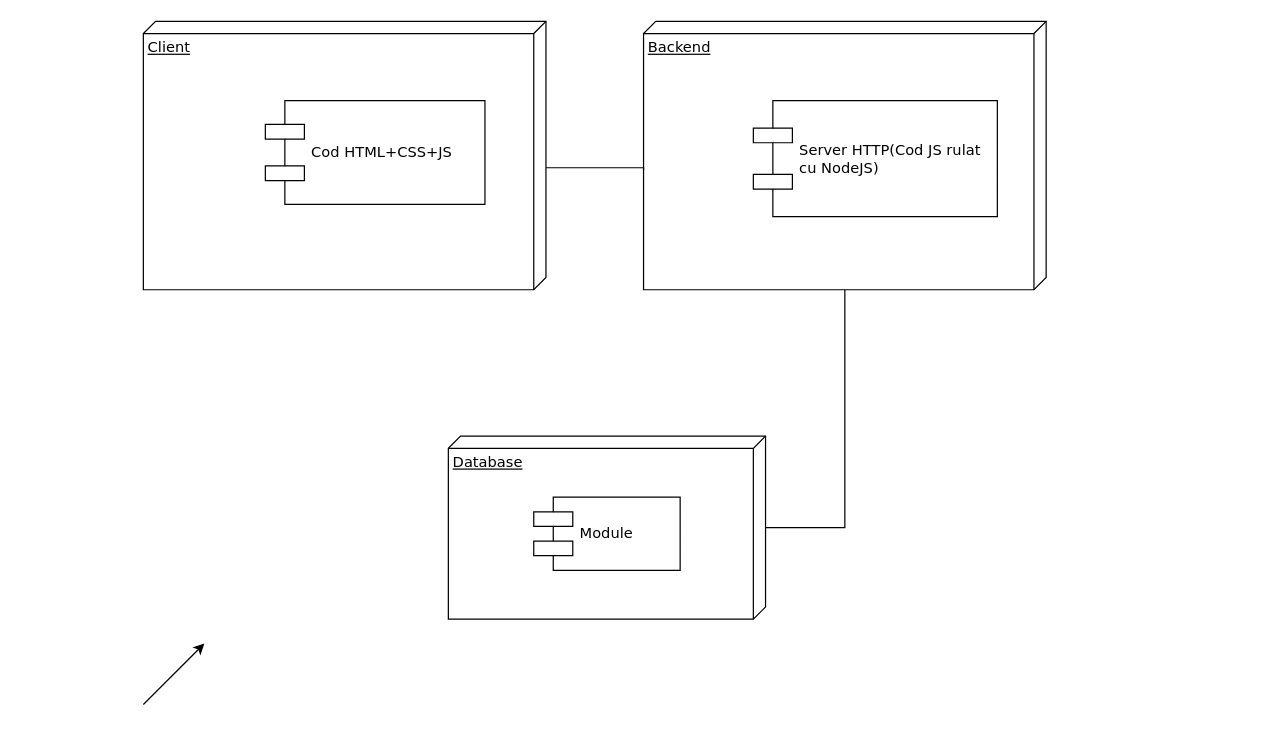
Before: Untitled Diagram.drawio in drakiula/diagrams, a draw.io diagram. Source tidied: cells renumbered, new cells numbered last; positions are measured from the earlier drawing's top-left corner, leaving out a move shared by most shapes. Both pictures are drawn from the tidied source at 122%, with x=0, y=0 at pixel (143, 21).
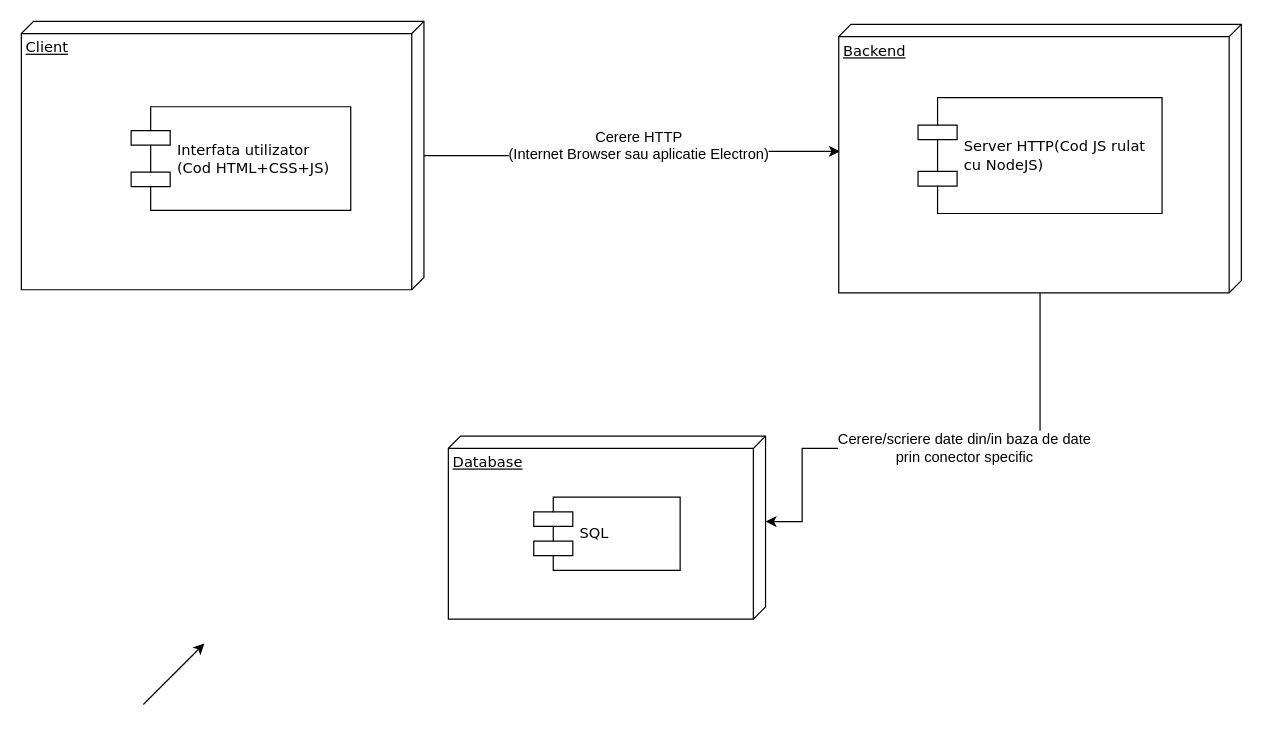
Above is the later version.

Diff of the diagram source:
```diff
@@
 <mxGraphModel background="#ffffff">
   <root>
     <mxCell id="0" />
     <mxCell id="1" parent="0" />
+    <mxCell id="11" style="edgeStyle=orthogonalEdgeStyle;rounded=0;jettySize=auto;html=1;entryX=0.473;entryY=0.997;entryDx=0;entryDy=0;entryPerimeter=0;" parent="1" edge="1" source="2" target="3">
+      <mxGeometry relative="1" as="geometry" />
+    </mxCell>
+    <mxCell id="12" value="&lt;div&gt;Cerere HTTP&lt;/div&gt;&lt;div&gt;(Internet Browser sau aplicatie Electron)&lt;/div&gt;&lt;div&gt;&lt;br&gt;&lt;/div&gt;" style="text;html=1;align=center;verticalAlign=middle;labelBackgroundColor=#ffffff;" parent="11" vertex="1">
+      <mxGeometry x="0.04" y="-2" relative="1" as="geometry" />
+    </mxCell>
     <mxCell id="2" value="Client" style="verticalAlign=top;align=left;spacingTop=8;spacingLeft=2;spacingRight=12;shape=cube;size=10;direction=south;fontStyle=4;html=1;rounded=0;shadow=0;comic=0;labelBackgroundColor=none;strokeColor=#000000;strokeWidth=1;fillColor=#ffffff;fontFamily=Verdana;fontSize=12;fontColor=#000000;" parent="1" vertex="1">
-      <mxGeometry width="330" height="220" as="geometry" />
+      <mxGeometry x="-100" width="330" height="220" as="geometry" />
     </mxCell>
+    <mxCell id="13" style="edgeStyle=orthogonalEdgeStyle;rounded=0;jettySize=auto;html=1;entryX=0;entryY=0;entryDx=70;entryDy=0;entryPerimeter=0;" parent="1" edge="1" source="3" target="4">
+      <mxGeometry relative="1" as="geometry">
+        <Array as="points">
+          <mxPoint x="735" y="350" />
+          <mxPoint x="540" y="350" />
+          <mxPoint x="540" y="410" />
+        </Array>
+      </mxGeometry>
+    </mxCell>
+    <mxCell id="14" value="&lt;div&gt;Cerere/scriere date din/in baza de date&lt;/div&gt;&lt;div&gt;prin conector specific&lt;br&gt;&lt;/div&gt;" style="text;html=1;align=center;verticalAlign=middle;labelBackgroundColor=#ffffff;" parent="13" vertex="1">
+      <mxGeometry x="-0.39" y="-63" relative="1" as="geometry">
+        <mxPoint y="1" as="offset" />
+      </mxGeometry>
+    </mxCell>
     <mxCell id="3" value="Backend" style="verticalAlign=top;align=left;spacingTop=8;spacingLeft=2;spacingRight=12;shape=cube;size=10;direction=south;fontStyle=4;html=1;rounded=0;shadow=0;comic=0;labelBackgroundColor=none;strokeColor=#000000;strokeWidth=1;fillColor=#ffffff;fontFamily=Verdana;fontSize=12;fontColor=#000000;" parent="1" vertex="1">
-      <mxGeometry x="410" width="330" height="220" as="geometry" />
+      <mxGeometry x="570" y="2.5" width="330" height="220" as="geometry" />
     </mxCell>
     <mxCell id="4" value="Database" style="verticalAlign=top;align=left;spacingTop=8;spacingLeft=2;spacingRight=12;shape=cube;size=10;direction=south;fontStyle=4;html=1;rounded=0;shadow=0;comic=0;labelBackgroundColor=none;strokeColor=#000000;strokeWidth=1;fillColor=#ffffff;fontFamily=Verdana;fontSize=12;fontColor=#000000;" parent="1" vertex="1">
       <mxGeometry x="250" y="340" width="260" height="150" as="geometry" />
     </mxCell>
-    <mxCell id="5" value="Cod HTML+CSS+JS" style="shape=component;align=left;spacingLeft=36;rounded=0;shadow=0;comic=0;labelBackgroundColor=none;strokeColor=#000000;strokeWidth=1;fillColor=#ffffff;fontFamily=Verdana;fontSize=12;fontColor=#000000;html=1;" parent="1" vertex="1">
-      <mxGeometry x="100" y="65" width="180" height="85" as="geometry" />
+    <mxCell id="5" value="&lt;div&gt;Interfata utilizator&lt;br&gt;&lt;/div&gt;&lt;div&gt;(Cod HTML+CSS+JS)&lt;/div&gt;" style="shape=component;align=left;spacingLeft=36;rounded=0;shadow=0;comic=0;labelBackgroundColor=none;strokeColor=#000000;strokeWidth=1;fillColor=#ffffff;fontFamily=Verdana;fontSize=12;fontColor=#000000;html=1;" parent="1" vertex="1">
+      <mxGeometry x="-10" y="70" width="180" height="85" as="geometry" />
     </mxCell>
     <mxCell id="6" value="&lt;div&gt;Server HTTP(Cod JS rulat&lt;/div&gt;&lt;div&gt;cu NodeJS)&lt;br&gt;&lt;/div&gt;" style="shape=component;align=left;spacingLeft=36;rounded=0;shadow=0;comic=0;labelBackgroundColor=none;strokeColor=#000000;strokeWidth=1;fillColor=#ffffff;fontFamily=Verdana;fontSize=12;fontColor=#000000;html=1;" parent="1" vertex="1">
-      <mxGeometry x="500" y="65" width="200" height="95" as="geometry" />
+      <mxGeometry x="635" y="62.5" width="200" height="95" as="geometry" />
     </mxCell>
-    <mxCell id="7" value="Module" style="shape=component;align=left;spacingLeft=36;rounded=0;shadow=0;comic=0;labelBackgroundColor=none;strokeColor=#000000;strokeWidth=1;fillColor=#ffffff;fontFamily=Verdana;fontSize=12;fontColor=#000000;html=1;" parent="1" vertex="1">
+    <mxCell id="7" value="&lt;div&gt;SQL&lt;/div&gt;" style="shape=component;align=left;spacingLeft=36;rounded=0;shadow=0;comic=0;labelBackgroundColor=none;strokeColor=#000000;strokeWidth=1;fillColor=#ffffff;fontFamily=Verdana;fontSize=12;fontColor=#000000;html=1;" parent="1" vertex="1">
       <mxGeometry x="320" y="390" width="120" height="60" as="geometry" />
     </mxCell>
-    <mxCell id="8" style="edgeStyle=orthogonalEdgeStyle;rounded=0;html=1;labelBackgroundColor=none;startArrow=none;startFill=0;startSize=8;endArrow=none;endFill=0;endSize=16;fontFamily=Verdana;fontSize=12;" parent="1" edge="1" source="4" target="3">
-      <mxGeometry relative="1" as="geometry">
-        <Array as="points">
-          <mxPoint x="575" y="415" />
-        </Array>
-      </mxGeometry>
-    </mxCell>
-    <mxCell id="9" style="edgeStyle=orthogonalEdgeStyle;rounded=0;html=1;labelBackgroundColor=none;startArrow=none;startFill=0;startSize=8;endArrow=none;endFill=0;endSize=16;fontFamily=Verdana;fontSize=12;exitX=0.555;exitY=1;exitDx=0;exitDy=0;exitPerimeter=0;" parent="1" edge="1" source="3" target="2">
-      <mxGeometry relative="1" as="geometry">
-        <Array as="points">
-          <mxPoint x="410" y="120" />
-        </Array>
-      </mxGeometry>
-    </mxCell>
     <mxCell id="10" style="endArrow=classic;html=1;" parent="1" edge="1">
       <mxGeometry relative="1" as="geometry">
         <mxPoint y="560" as="sourcePoint" />
         <mxPoint x="50" y="510" as="targetPoint" />
       </mxGeometry>
     </mxCell>
   </root>
 </mxGraphModel>
```
